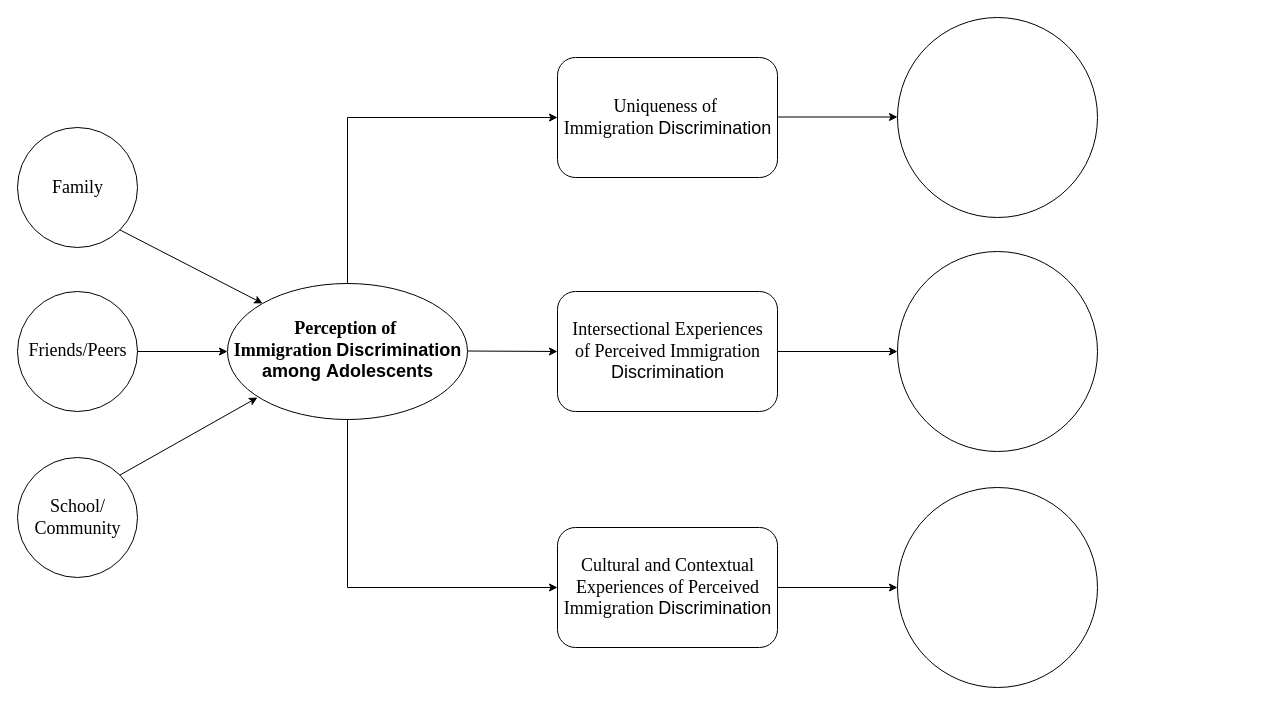
The draw.io diagram Untitled Diagram.drawio in jnisac/hello-world, before the edit. Source tidied: cells renumbered, new cells numbered last; positions are measured from the earlier drawing's top-left corner, leaving out a move shared by most shapes. Both pictures are drawn from the tidied source at 100%, with x=0, y=0 at pixel (17, 17).
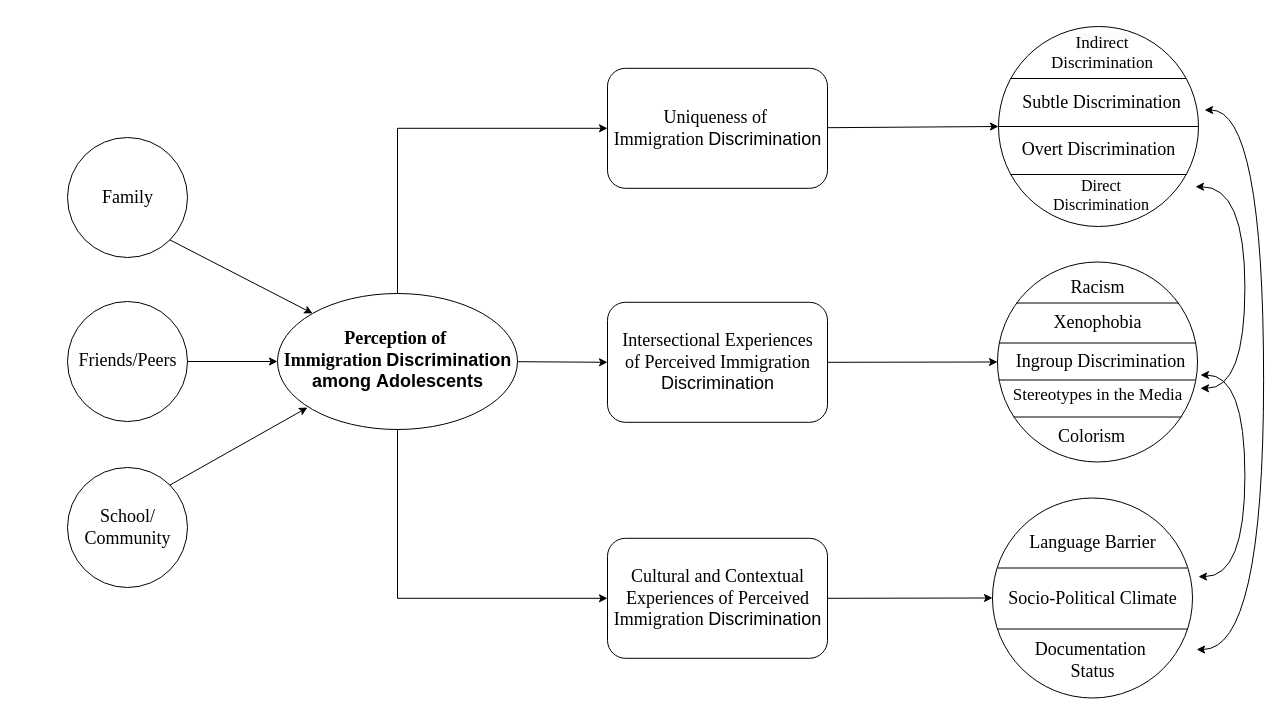
After the change.

The edit, as a diff of the source:
```diff
@@
     <mxCell id="2" style="ellipse;whiteSpace=wrap;html=1;" parent="1" vertex="1">
-      <mxGeometry x="210" y="266" width="240" height="136" as="geometry" />
+      <mxGeometry x="260" y="276" width="240" height="136" as="geometry" />
     </mxCell>
     <mxCell id="3" style="ellipse;whiteSpace=wrap;html=1;" parent="1" vertex="1">
-      <mxGeometry y="110" width="120" height="120" as="geometry" />
+      <mxGeometry x="50" y="120" width="120" height="120" as="geometry" />
     </mxCell>
     <mxCell id="4" style="rounded=1;whiteSpace=wrap;html=1;" parent="1" vertex="1">
-      <mxGeometry x="540" y="510" width="220" height="120" as="geometry" />
+      <mxGeometry x="590" y="520.8" width="220" height="120" as="geometry" />
     </mxCell>
     <mxCell id="5" style="ellipse;whiteSpace=wrap;html=1;" parent="1" vertex="1">
-      <mxGeometry x="880" y="234" width="200" height="200" as="geometry" />
+      <mxGeometry x="980" y="244.5" width="200" height="200" as="geometry" />
     </mxCell>
     <mxCell id="6" style="ellipse;whiteSpace=wrap;html=1;" parent="1" vertex="1">
-      <mxGeometry x="880" width="200" height="200" as="geometry" />
+      <mxGeometry x="981" y="9" width="200" height="200" as="geometry" />
     </mxCell>
     <mxCell id="7" style="ellipse;whiteSpace=wrap;html=1;" parent="1" vertex="1">
-      <mxGeometry x="880" y="470" width="200" height="200" as="geometry" />
+      <mxGeometry x="975" y="480.5" width="200" height="200" as="geometry" />
     </mxCell>
     <mxCell id="8" style="rounded=1;whiteSpace=wrap;html=1;" parent="1" vertex="1">
-      <mxGeometry x="540" y="274" width="220" height="120" as="geometry" />
+      <mxGeometry x="590" y="284.8" width="220" height="120" as="geometry" />
     </mxCell>
     <mxCell id="9" style="rounded=1;whiteSpace=wrap;html=1;" parent="1" vertex="1">
-      <mxGeometry x="540" y="40" width="220" height="120" as="geometry" />
+      <mxGeometry x="590" y="50.8" width="220" height="120" as="geometry" />
     </mxCell>
     <mxCell id="10" style="ellipse;whiteSpace=wrap;html=1;" parent="1" vertex="1">
-      <mxGeometry y="274" width="120" height="120" as="geometry" />
+      <mxGeometry x="50" y="284" width="120" height="120" as="geometry" />
     </mxCell>
     <mxCell id="11" style="ellipse;whiteSpace=wrap;html=1;" parent="1" vertex="1">
-      <mxGeometry y="440" width="120" height="120" as="geometry" />
+      <mxGeometry x="50" y="450" width="120" height="120" as="geometry" />
     </mxCell>
@@
-    <mxCell id="14" style="endArrow=classic;html=1;rounded=0;exitX=1;exitY=0.5;exitDx=0;exitDy=0;entryX=0;entryY=0.5;entryDx=0;entryDy=0;" parent="1" edge="1">
+    <mxCell id="14" style="endArrow=classic;html=1;rounded=0;exitX=1;exitY=0.5;exitDx=0;exitDy=0;entryX=0;entryY=0.5;entryDx=0;entryDy=0;entryPerimeter=0;" parent="1" edge="1" target="28">
       <mxGeometry relative="1" as="geometry">
-        <mxPoint x="760" y="99.5" as="sourcePoint" />
-        <mxPoint x="880" y="99.5" as="targetPoint" />
+        <mxPoint x="810" y="110.2" as="sourcePoint" />
       </mxGeometry>
     </mxCell>
     <mxCell id="15" style="endArrow=classic;html=1;rounded=0;exitX=1;exitY=0.5;exitDx=0;exitDy=0;entryX=0;entryY=0.5;entryDx=0;entryDy=0;" parent="1" edge="1" target="8">
       <mxGeometry relative="1" as="geometry">
-        <mxPoint x="450" y="333.5" as="sourcePoint" />
+        <mxPoint x="500" y="344.2" as="sourcePoint" />
       </mxGeometry>
     </mxCell>
     <mxCell id="16" style="endArrow=classic;html=1;rounded=0;exitX=0.5;exitY=0;exitDx=0;exitDy=0;entryX=0;entryY=0.5;entryDx=0;entryDy=0;" parent="1" edge="1" source="2" target="9">
       <mxGeometry relative="1" as="geometry">
         <Array as="points">
-          <mxPoint x="330" y="100" />
+          <mxPoint x="380" y="110.8" />
         </Array>
       </mxGeometry>
     </mxCell>
     <mxCell id="17" style="endArrow=classic;html=1;rounded=0;exitX=0.5;exitY=1;exitDx=0;exitDy=0;entryX=0;entryY=0.5;entryDx=0;entryDy=0;" parent="1" edge="1" source="2" target="4">
       <mxGeometry relative="1" as="geometry">
         <Array as="points">
-          <mxPoint x="330" y="570" />
+          <mxPoint x="380" y="580.8" />
         </Array>
       </mxGeometry>
     </mxCell>
@@
     <mxCell id="19" style="endArrow=classic;html=1;rounded=0;exitX=1;exitY=0;exitDx=0;exitDy=0;" parent="1" edge="1" source="11">
       <mxGeometry relative="1" as="geometry">
-        <mxPoint x="240" y="380" as="targetPoint" />
+        <mxPoint x="290" y="390" as="targetPoint" />
       </mxGeometry>
     </mxCell>
@@
     <mxCell id="21" value="&lt;font style=&quot;font-size: 18px;&quot; face=&quot;Times New Roman&quot;&gt;Perception of&amp;nbsp;&lt;/font&gt;&lt;div style=&quot;font-size: 18px;&quot;&gt;&lt;font style=&quot;font-size: 18px;&quot;&gt;&lt;font style=&quot;font-size: 18px;&quot; face=&quot;Times New Roman&quot;&gt;Immigration&amp;nbsp;&lt;/font&gt;&lt;span style=&quot;font-family: jk4Szua_Z0j4yDkiBy7d;&quot;&gt;Discrimination&lt;/span&gt;&lt;/font&gt;&lt;/div&gt;&lt;div style=&quot;font-size: 18px;&quot;&gt;&lt;font style=&quot;font-size: 18px;&quot;&gt;&lt;span style=&quot;font-family: jk4Szua_Z0j4yDkiBy7d;&quot;&gt;among&amp;nbsp;&lt;/span&gt;&lt;span style=&quot;font-family: jk4Szua_Z0j4yDkiBy7d;&quot;&gt;Adolescents&lt;/span&gt;&lt;/font&gt;&lt;/div&gt;" style="text;strokeColor=none;fillColor=none;html=1;fontSize=16;fontStyle=1;verticalAlign=middle;align=center;" parent="1" vertex="1">
-      <mxGeometry x="210" y="290" width="240" height="86" as="geometry" />
+      <mxGeometry x="260" y="300" width="240" height="86" as="geometry" />
     </mxCell>
     <mxCell id="22" value="&lt;div style=&quot;font-size: 18px;&quot;&gt;&lt;font style=&quot;font-size: 18px;&quot;&gt;&lt;font face=&quot;Times New Roman&quot; style=&quot;font-size: 18px;&quot;&gt;Intersectional Experiences&lt;/font&gt;&lt;/font&gt;&lt;/div&gt;&lt;div style=&quot;font-size: 18px;&quot;&gt;&lt;font style=&quot;font-size: 18px;&quot;&gt;&lt;font face=&quot;Times New Roman&quot; style=&quot;font-size: 18px;&quot;&gt;of&amp;nbsp;&lt;/font&gt;&lt;/font&gt;&lt;font face=&quot;Times New Roman&quot;&gt;Perceived&amp;nbsp;&lt;/font&gt;&lt;font face=&quot;Times New Roman&quot;&gt;Immigration&lt;/font&gt;&lt;/div&gt;&lt;div style=&quot;font-size: 18px;&quot;&gt;&lt;span style=&quot;font-family: jk4Szua_Z0j4yDkiBy7d;&quot;&gt;Discrimination&lt;/span&gt;&lt;/div&gt;" style="text;strokeColor=none;fillColor=none;html=1;fontSize=16;fontStyle=0;verticalAlign=middle;align=center;" parent="1" vertex="1">
-      <mxGeometry x="545" y="291" width="210" height="86" as="geometry" />
+      <mxGeometry x="595" y="301.8" width="210" height="86" as="geometry" />
     </mxCell>
     <mxCell id="23" value="&lt;font face=&quot;Times New Roman&quot; style=&quot;font-size: 18px;&quot;&gt;Family&lt;/font&gt;" style="text;strokeColor=none;fillColor=none;html=1;fontSize=16;fontStyle=0;verticalAlign=middle;align=center;" parent="1" vertex="1">
-      <mxGeometry x="15" y="147" width="90" height="46" as="geometry" />
+      <mxGeometry x="65" y="157" width="90" height="46" as="geometry" />
     </mxCell>
     <mxCell id="24" value="&lt;font face=&quot;Times New Roman&quot; style=&quot;font-size: 18px;&quot;&gt;Friends/Peers&lt;/font&gt;" style="text;strokeColor=none;fillColor=none;html=1;fontSize=16;fontStyle=0;verticalAlign=middle;align=center;" parent="1" vertex="1">
-      <mxGeometry x="15" y="310" width="90" height="46" as="geometry" />
+      <mxGeometry x="65" y="320" width="90" height="46" as="geometry" />
     </mxCell>
     <mxCell id="25" value="&lt;font face=&quot;Times New Roman&quot; style=&quot;font-size: 18px;&quot;&gt;School/&lt;/font&gt;&lt;div&gt;&lt;font face=&quot;Times New Roman&quot; style=&quot;font-size: 18px;&quot;&gt;Community&lt;/font&gt;&lt;/div&gt;" style="text;strokeColor=none;fillColor=none;html=1;fontSize=16;fontStyle=0;verticalAlign=middle;align=center;" parent="1" vertex="1">
-      <mxGeometry x="15" y="477" width="90" height="46" as="geometry" />
+      <mxGeometry x="65" y="487" width="90" height="46" as="geometry" />
     </mxCell>
     <mxCell id="26" value="&lt;div style=&quot;font-size: 18px;&quot;&gt;&lt;font style=&quot;font-size: 18px;&quot;&gt;&lt;font face=&quot;Times New Roman&quot; style=&quot;font-size: 18px;&quot;&gt;Uniqueness&amp;nbsp;&lt;/font&gt;&lt;/font&gt;&lt;font face=&quot;Times New Roman&quot;&gt;of&lt;/font&gt;&lt;font face=&quot;Times New Roman&quot;&gt;&amp;nbsp;&lt;/font&gt;&lt;/div&gt;&lt;div style=&quot;font-size: 18px;&quot;&gt;&lt;font face=&quot;Times New Roman&quot;&gt;Immigration&amp;nbsp;&lt;/font&gt;&lt;span style=&quot;font-family: jk4Szua_Z0j4yDkiBy7d;&quot;&gt;Discrimination&lt;/span&gt;&lt;/div&gt;" style="text;strokeColor=none;fillColor=none;html=1;fontSize=16;fontStyle=0;verticalAlign=middle;align=center;" parent="1" vertex="1">
-      <mxGeometry x="545" y="57" width="210" height="86" as="geometry" />
+      <mxGeometry x="595" y="67.8" width="210" height="86" as="geometry" />
     </mxCell>
     <mxCell id="27" value="&lt;div style=&quot;font-size: 18px;&quot;&gt;&lt;font style=&quot;font-size: 18px;&quot;&gt;&lt;font face=&quot;Times New Roman&quot; style=&quot;font-size: 18px;&quot;&gt;Cultural and Contextual&lt;/font&gt;&lt;/font&gt;&lt;/div&gt;&lt;div style=&quot;font-size: 18px;&quot;&gt;&lt;font style=&quot;font-size: 18px;&quot;&gt;&lt;font face=&quot;Times New Roman&quot; style=&quot;font-size: 18px;&quot;&gt;Experiences&amp;nbsp;&lt;/font&gt;&lt;/font&gt;&lt;font face=&quot;Times New Roman&quot;&gt;of&amp;nbsp;&lt;/font&gt;&lt;font face=&quot;Times New Roman&quot;&gt;Perceived&lt;/font&gt;&lt;/div&gt;&lt;div style=&quot;font-size: 18px;&quot;&gt;&lt;font face=&quot;Times New Roman&quot;&gt;Immigration&amp;nbsp;&lt;/font&gt;&lt;span style=&quot;font-family: jk4Szua_Z0j4yDkiBy7d;&quot;&gt;Discrimination&lt;/span&gt;&lt;/div&gt;" style="text;strokeColor=none;fillColor=none;html=1;fontSize=16;fontStyle=0;verticalAlign=middle;align=center;" parent="1" vertex="1">
-      <mxGeometry x="545" y="527" width="210" height="86" as="geometry" />
+      <mxGeometry x="595" y="537.8" width="210" height="86" as="geometry" />
     </mxCell>
+    <mxCell id="28" style="line;strokeWidth=1;html=1;" parent="1" vertex="1">
+      <mxGeometry x="981" y="104" width="200" height="10" as="geometry" />
+    </mxCell>
+    <mxCell id="29" style="line;strokeWidth=1;html=1;" parent="1" vertex="1">
+      <mxGeometry x="993" y="56" width="176" height="10" as="geometry" />
+    </mxCell>
+    <mxCell id="30" style="line;strokeWidth=1;html=1;" parent="1" vertex="1">
+      <mxGeometry x="993" y="152" width="176" height="10" as="geometry" />
+    </mxCell>
+    <mxCell id="31" style="line;strokeWidth=1;html=1;" parent="1" vertex="1">
+      <mxGeometry x="980" y="606.5" width="190" height="10" as="geometry" />
+    </mxCell>
+    <mxCell id="32" style="line;strokeWidth=1;html=1;" parent="1" vertex="1">
+      <mxGeometry x="981" y="357.5" width="197" height="10" as="geometry" />
+    </mxCell>
+    <mxCell id="33" style="line;strokeWidth=1;html=1;" parent="1" vertex="1">
+      <mxGeometry x="980" y="545.5" width="190" height="10" as="geometry" />
+    </mxCell>
+    <mxCell id="34" value="&lt;font face=&quot;Times New Roman&quot; style=&quot;font-size: 18px;&quot;&gt;Socio-Political Climate&lt;/font&gt;" style="text;strokeColor=none;fillColor=none;html=1;fontSize=16;fontStyle=0;verticalAlign=middle;align=center;" parent="1" vertex="1">
+      <mxGeometry x="986.8" y="557.5" width="175.5" height="46" as="geometry" />
+    </mxCell>
+    <mxCell id="35" value="&lt;font face=&quot;Times New Roman&quot; style=&quot;font-size: 18px;&quot;&gt;Language Barrier&lt;/font&gt;" style="text;strokeColor=none;fillColor=none;html=1;fontSize=16;fontStyle=0;verticalAlign=middle;align=center;" parent="1" vertex="1">
+      <mxGeometry x="987.5" y="501.5" width="175.5" height="46" as="geometry" />
+    </mxCell>
+    <mxCell id="36" value="&lt;font face=&quot;Times New Roman&quot; style=&quot;font-size: 18px;&quot;&gt;Documentation&amp;nbsp;&lt;/font&gt;&lt;div&gt;&lt;font face=&quot;Times New Roman&quot; style=&quot;font-size: 18px;&quot;&gt;Status&lt;/font&gt;&lt;/div&gt;" style="text;strokeColor=none;fillColor=none;html=1;fontSize=16;fontStyle=0;verticalAlign=middle;align=center;" parent="1" vertex="1">
+      <mxGeometry x="987.5" y="619.5" width="175.5" height="46" as="geometry" />
+    </mxCell>
+    <mxCell id="37" value="&lt;font face=&quot;Times New Roman&quot; style=&quot;font-size: 18px;&quot;&gt;Overt Discrimination&lt;/font&gt;" style="text;strokeColor=none;fillColor=none;html=1;fontSize=16;fontStyle=0;verticalAlign=middle;align=center;" parent="1" vertex="1">
+      <mxGeometry x="993.5" y="111" width="175.5" height="41" as="geometry" />
+    </mxCell>
+    <mxCell id="38" value="&lt;span style=&quot;caret-color: rgb(0, 0, 0); color: rgb(0, 0, 0); font-family: &amp;quot;Times New Roman&amp;quot;; font-style: normal; font-variant-caps: normal; font-weight: 400; letter-spacing: normal; text-indent: 0px; text-transform: none; white-space: nowrap; word-spacing: 0px; -webkit-text-stroke-width: 0px; background-color: rgb(251, 251, 251); text-decoration: none; float: none; display: inline !important; font-size: 16px;&quot;&gt;&lt;font style=&quot;font-size: 16px;&quot;&gt;Direct&lt;/font&gt;&lt;/span&gt;&lt;div&gt;&lt;span style=&quot;font-size: 16px; font-family: &amp;quot;Times New Roman&amp;quot;; white-space: nowrap;&quot;&gt;Discrimination&lt;/span&gt;&lt;/div&gt;" style="text;whiteSpace=wrap;html=1;align=center;" parent="1" vertex="1">
+      <mxGeometry x="989" y="152" width="190" height="60" as="geometry" />
+    </mxCell>
+    <mxCell id="39" value="&lt;font face=&quot;Times New Roman&quot; style=&quot;font-size: 18px;&quot;&gt;Subtle Discrimination&lt;/font&gt;" style="text;strokeColor=none;fillColor=none;html=1;fontSize=16;fontStyle=0;verticalAlign=middle;align=center;" parent="1" vertex="1">
+      <mxGeometry x="996.2" y="64" width="175.5" height="41" as="geometry" />
+    </mxCell>
+    <mxCell id="40" value="&lt;span style=&quot;caret-color: rgb(0, 0, 0); color: rgb(0, 0, 0); font-family: &amp;quot;Times New Roman&amp;quot;; font-style: normal; font-variant-caps: normal; font-weight: 400; letter-spacing: normal; text-indent: 0px; text-transform: none; white-space: nowrap; word-spacing: 0px; -webkit-text-stroke-width: 0px; background-color: rgb(251, 251, 251); text-decoration: none; float: none; display: inline !important; font-size: 17px;&quot;&gt;&lt;font style=&quot;font-size: 17px;&quot;&gt;Indirect&lt;/font&gt;&lt;/span&gt;&lt;div style=&quot;font-size: 17px;&quot;&gt;&lt;span style=&quot;font-family: &amp;quot;Times New Roman&amp;quot;; white-space: nowrap;&quot;&gt;&lt;font style=&quot;font-size: 17px;&quot;&gt;Discrimination&lt;/font&gt;&lt;/span&gt;&lt;/div&gt;" style="text;whiteSpace=wrap;html=1;align=center;" parent="1" vertex="1">
+      <mxGeometry x="989" y="9" width="192" height="60" as="geometry" />
+    </mxCell>
+    <mxCell id="41" style="line;strokeWidth=1;html=1;" parent="1" vertex="1">
+      <mxGeometry x="981.5" y="320.5" width="197" height="10" as="geometry" />
+    </mxCell>
+    <mxCell id="42" style="line;strokeWidth=1;html=1;" parent="1" vertex="1">
+      <mxGeometry x="996" y="394.5" width="168" height="10" as="geometry" />
+    </mxCell>
+    <mxCell id="43" style="line;strokeWidth=1;html=1;" parent="1" vertex="1">
+      <mxGeometry x="999" y="280.5" width="162" height="10" as="geometry" />
+    </mxCell>
+    <mxCell id="44" value="&lt;font face=&quot;Times New Roman&quot; style=&quot;font-size: 18px;&quot;&gt;Racism&lt;/font&gt;" style="text;strokeColor=none;fillColor=none;html=1;fontSize=16;fontStyle=0;verticalAlign=middle;align=center;" parent="1" vertex="1">
+      <mxGeometry x="1035.5" y="249.5" width="88" height="41" as="geometry" />
+    </mxCell>
+    <mxCell id="45" value="&lt;font face=&quot;Times New Roman&quot; style=&quot;font-size: 18px;&quot;&gt;Xenophobia&lt;/font&gt;" style="text;strokeColor=none;fillColor=none;html=1;fontSize=16;fontStyle=0;verticalAlign=middle;align=center;" parent="1" vertex="1">
+      <mxGeometry x="1035.5" y="284.5" width="88" height="41" as="geometry" />
+    </mxCell>
+    <mxCell id="46" value="&lt;font face=&quot;Times New Roman&quot; style=&quot;font-size: 18px;&quot;&gt;Ingroup Discrimination&lt;/font&gt;" style="text;strokeColor=none;fillColor=none;html=1;fontSize=16;fontStyle=0;verticalAlign=middle;align=center;" parent="1" vertex="1">
+      <mxGeometry x="987.5" y="323" width="191" height="41" as="geometry" />
+    </mxCell>
+    <mxCell id="47" value="&lt;font style=&quot;font-size: 17px;&quot; face=&quot;Times New Roman&quot;&gt;Stereotypes in the Media&lt;/font&gt;" style="text;strokeColor=none;fillColor=none;html=1;fontSize=17;fontStyle=0;verticalAlign=middle;align=center;" parent="1" vertex="1">
+      <mxGeometry x="980.2" y="357.5" width="200" height="41" as="geometry" />
+    </mxCell>
+    <mxCell id="48" value="&lt;font face=&quot;Times New Roman&quot; style=&quot;font-size: 18px;&quot;&gt;Colorism&lt;/font&gt;" style="text;strokeColor=none;fillColor=none;html=1;fontSize=16;fontStyle=0;verticalAlign=middle;align=center;" parent="1" vertex="1">
+      <mxGeometry x="1030" y="398.5" width="88" height="41" as="geometry" />
+    </mxCell>
+    <mxCell id="49" style="endArrow=classic;startArrow=classic;html=1;rounded=0;edgeStyle=orthogonalEdgeStyle;curved=1;" parent="1" edge="1">
+      <mxGeometry relative="1" as="geometry">
+        <mxPoint x="1183" y="357.5" as="sourcePoint" />
+        <mxPoint x="1181" y="559.1" as="targetPoint" />
+        <Array as="points">
+          <mxPoint x="1227.4" y="357.5" />
+          <mxPoint x="1227.4" y="558.5" />
+        </Array>
+      </mxGeometry>
+    </mxCell>
+    <mxCell id="50" style="endArrow=classic;startArrow=classic;html=1;rounded=0;edgeStyle=orthogonalEdgeStyle;curved=1;" parent="1" edge="1">
+      <mxGeometry relative="1" as="geometry">
+        <mxPoint x="1178" y="169.2" as="sourcePoint" />
+        <mxPoint x="1183" y="370.8" as="targetPoint" />
+        <Array as="points">
+          <mxPoint x="1227.4" y="169.2" />
+          <mxPoint x="1227.4" y="370.2" />
+        </Array>
+      </mxGeometry>
+    </mxCell>
+    <mxCell id="51" style="endArrow=classic;startArrow=classic;html=1;rounded=0;edgeStyle=orthogonalEdgeStyle;curved=1;" parent="1" edge="1">
+      <mxGeometry relative="1" as="geometry">
+        <mxPoint x="1187.1" y="92.5" as="sourcePoint" />
+        <mxPoint x="1179.1" y="632" as="targetPoint" />
+        <Array as="points">
+          <mxPoint x="1246.1" y="92.5" />
+          <mxPoint x="1246.1" y="632.5" />
+        </Array>
+      </mxGeometry>
+    </mxCell>
```
